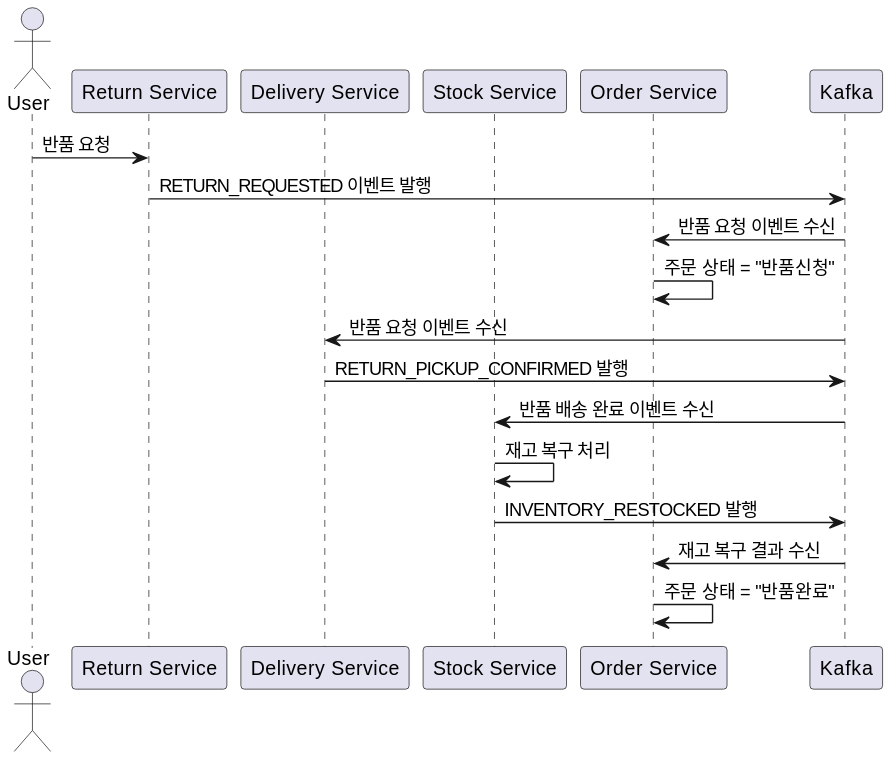
runnz121/OrderStream keeps this PlantUML diagram as doc/order.svg. Above is the earlier version.
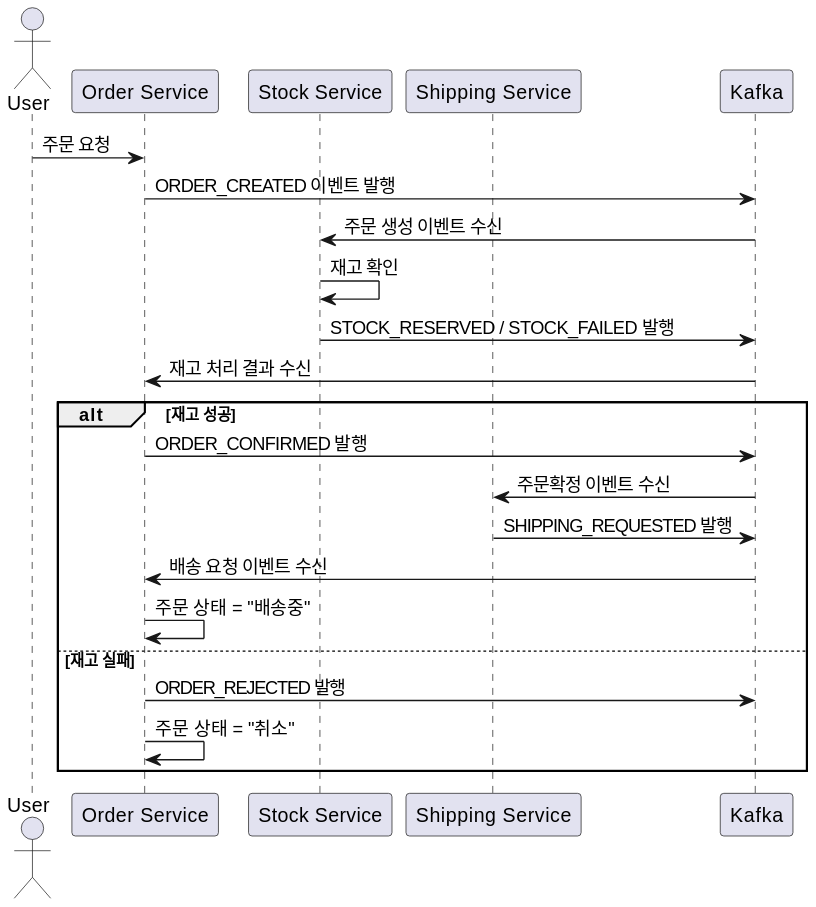
Above is the later version.

Diff of the diagram source:
```diff
@@ -1,22 +1,25 @@
 @startuml
 actor User
-participant "Return Service" as Return
-participant "Delivery Service" as Delivery
+participant "Order Service" as Order
 participant "Stock Service" as Stock
-participant "Order Service" as Order
+participant "Shipping Service" as Shipping
 
-User -> Return: 반품 요청
-Return -> Kafka: RETURN_REQUESTED 이벤트 발행
-Kafka -> Order: 반품 요청 이벤트 수신
-Order -> Order: 주문 상태 = "반품신청"
+User -> Order: 주문 요청
+Order -> Kafka: ORDER_CREATED 이벤트 발행
+Kafka -> Stock: 주문 생성 이벤트 수신
 
-Kafka -> Delivery: 반품 요청 이벤트 수신
-Delivery -> Kafka: RETURN_PICKUP_CONFIRMED 발행
-Kafka -> Stock: 반품 배송 완료 이벤트 수신
+Stock -> Stock: 재고 확인
+Stock -> Kafka: STOCK_RESERVED / STOCK_FAILED 발행
 
-Stock -> Stock: 재고 복구 처리
-Stock -> Kafka: INVENTORY_RESTOCKED 발행
-
-Kafka -> Order: 재고 복구 결과 수신
-Order -> Order: 주문 상태 = "반품완료"
+Kafka -> Order: 재고 처리 결과 수신
+alt 재고 성공
+    Order -> Kafka: ORDER_CONFIRMED 발행
+    Kafka -> Shipping: 주문확정 이벤트 수신
+    Shipping -> Kafka: SHIPPING_REQUESTED 발행
+    Kafka -> Order: 배송 요청 이벤트 수신
+    Order -> Order: 주문 상태 = "배송중"
+else 재고 실패
+    Order -> Kafka: ORDER_REJECTED 발행
+    Order -> Order: 주문 상태 = "취소"
+end
 @enduml
```
